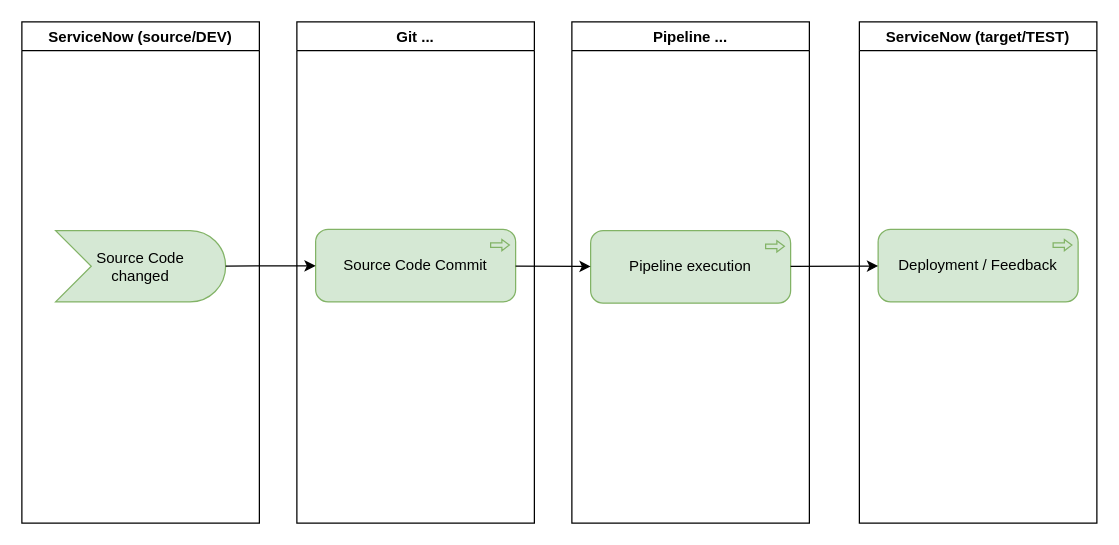
algimas/tmp keeps this draw.io diagram as page "concept" (1 of 6) of SnDevSecOps.drawio. Above is the earlier version. Source tidied: cells renumbered, new cells numbered last; positions are measured from the earlier drawing's top-left corner, leaving out a move shared by most shapes. Both pictures are drawn from the tidied source at 125%, with x=0, y=0 at pixel (21, 21).
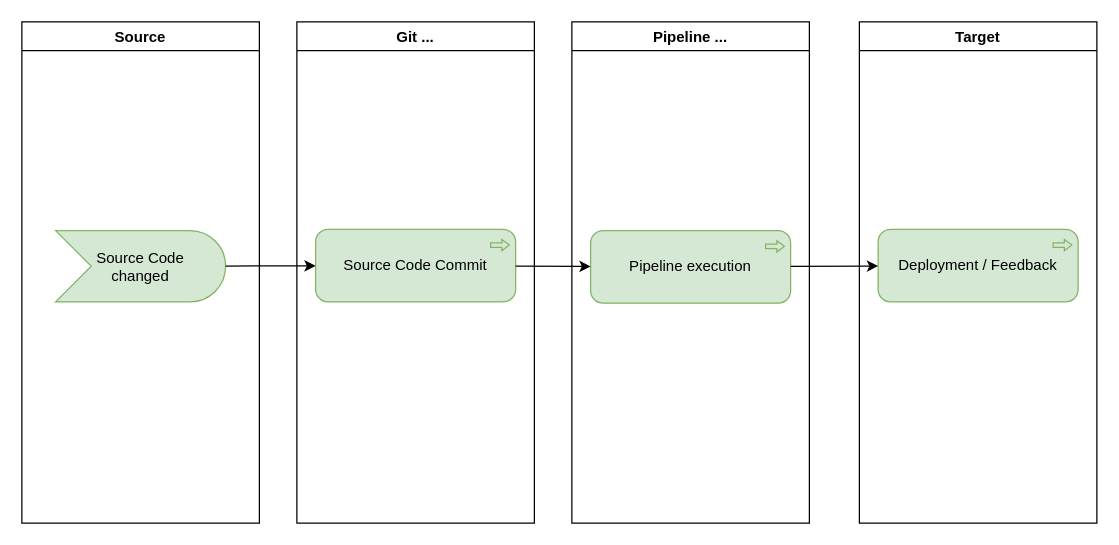
The same page after the edit.

Change to the diagram source:
```diff
@@
 <mxGraphModel>
   <root>
     <mxCell id="0" />
     <mxCell id="1" parent="0" />
-    <mxCell id="2" value="ServiceNow (source/DEV)" style="swimlane;" parent="1" vertex="1">
+    <mxCell id="2" value="Source" style="swimlane;" parent="1" vertex="1">
       <mxGeometry width="190" height="401" as="geometry" />
     </mxCell>
     <mxCell id="3" value="Source Code &lt;br&gt;changed" style="html=1;outlineConnect=0;whiteSpace=wrap;fillColor=#d5e8d4;shape=mxgraph.archimate3.event;strokeColor=#82b366;" parent="2" vertex="1">
       <mxGeometry x="27" y="167" width="136" height="57" as="geometry" />
     </mxCell>
     <mxCell id="4" value="Git ..." style="swimlane;" parent="1" vertex="1">
       <mxGeometry x="220" width="190" height="401" as="geometry" />
     </mxCell>
     <mxCell id="5" value="Source Code Commit" style="html=1;outlineConnect=0;whiteSpace=wrap;fillColor=#d5e8d4;shape=mxgraph.archimate3.application;appType=proc;archiType=rounded;strokeColor=#82b366;" parent="4" vertex="1">
       <mxGeometry x="15" y="166" width="160" height="58" as="geometry" />
     </mxCell>
     <mxCell id="6" value="Pipeline ..." style="swimlane;" parent="1" vertex="1">
       <mxGeometry x="440" width="190" height="401" as="geometry" />
     </mxCell>
     <mxCell id="7" value="Pipeline execution" style="html=1;outlineConnect=0;whiteSpace=wrap;fillColor=#d5e8d4;shape=mxgraph.archimate3.application;appType=proc;archiType=rounded;strokeColor=#82b366;" parent="6" vertex="1">
       <mxGeometry x="15" y="167" width="160" height="58" as="geometry" />
     </mxCell>
-    <mxCell id="8" value="ServiceNow (target/TEST)" style="swimlane;" parent="1" vertex="1">
+    <mxCell id="8" value="Target" style="swimlane;" parent="1" vertex="1">
       <mxGeometry x="670" width="190" height="401" as="geometry" />
     </mxCell>
     <mxCell id="9" value="Deployment / Feedback" style="html=1;outlineConnect=0;whiteSpace=wrap;fillColor=#d5e8d4;shape=mxgraph.archimate3.application;appType=proc;archiType=rounded;strokeColor=#82b366;" parent="8" vertex="1">
       <mxGeometry x="15" y="166" width="160" height="58" as="geometry" />
     </mxCell>
     <mxCell id="10" style="edgeStyle=none;rounded=0;jettySize=auto;html=1;fontSize=6;" parent="1" edge="1" source="3" target="5">
       <mxGeometry relative="1" as="geometry" />
     </mxCell>
     <mxCell id="11" style="edgeStyle=none;rounded=0;jettySize=auto;html=1;fontSize=6;" parent="1" edge="1" source="5" target="7">
       <mxGeometry relative="1" as="geometry" />
     </mxCell>
     <mxCell id="12" style="edgeStyle=none;rounded=0;jettySize=auto;html=1;fontSize=6;" parent="1" edge="1" source="7" target="9">
       <mxGeometry relative="1" as="geometry" />
     </mxCell>
   </root>
 </mxGraphModel>
```
